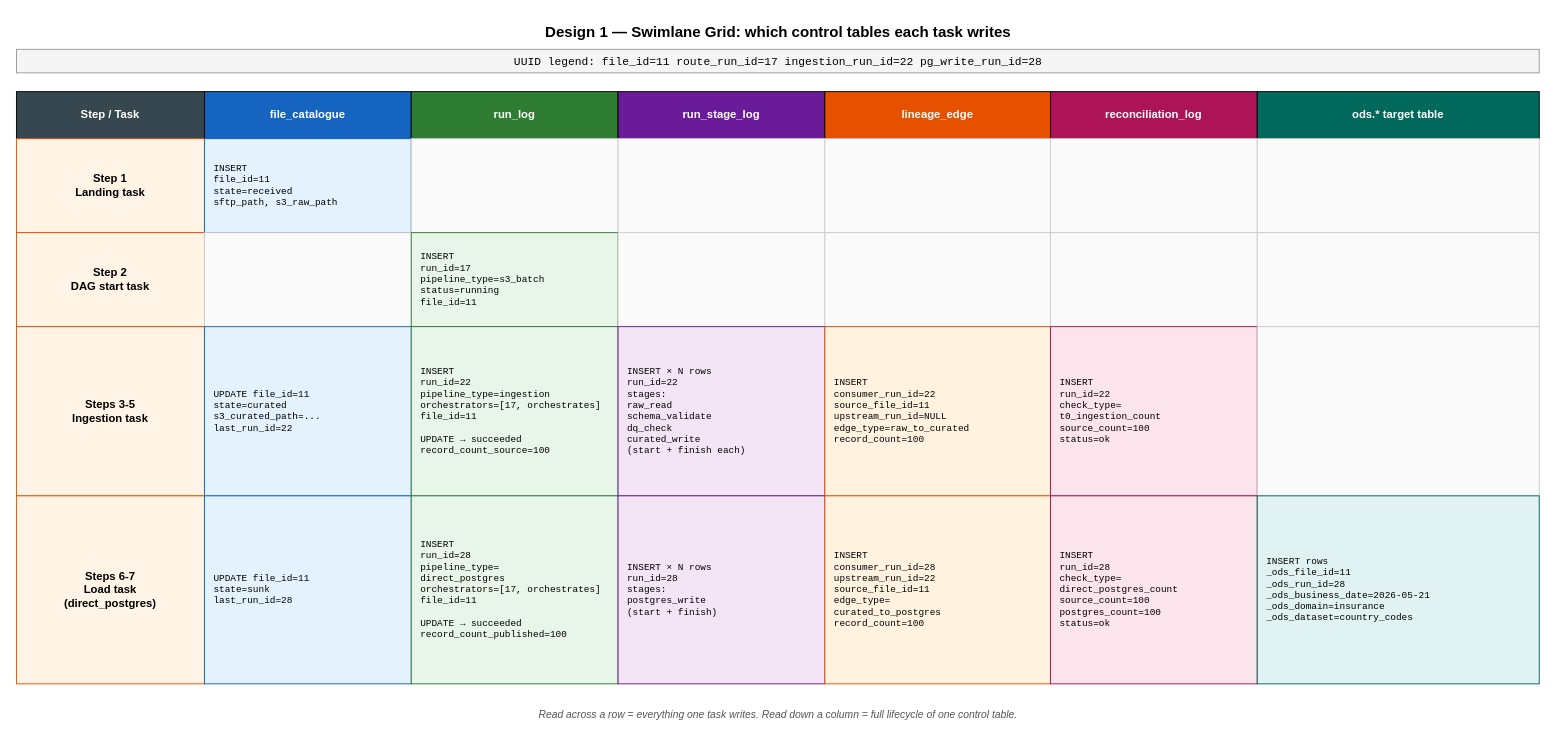
This is docs/dev-guides/control-tables-design1-swimlane.drawio from holdersav20001/ods, a draw.io file, before an edit. Source tidied: cells renumbered, new cells numbered last; positions are measured from the earlier drawing's top-left corner, leaving out a move shared by most shapes. Both pictures are drawn from the tidied source at 94%, with x=0, y=0 at pixel (16, 16).
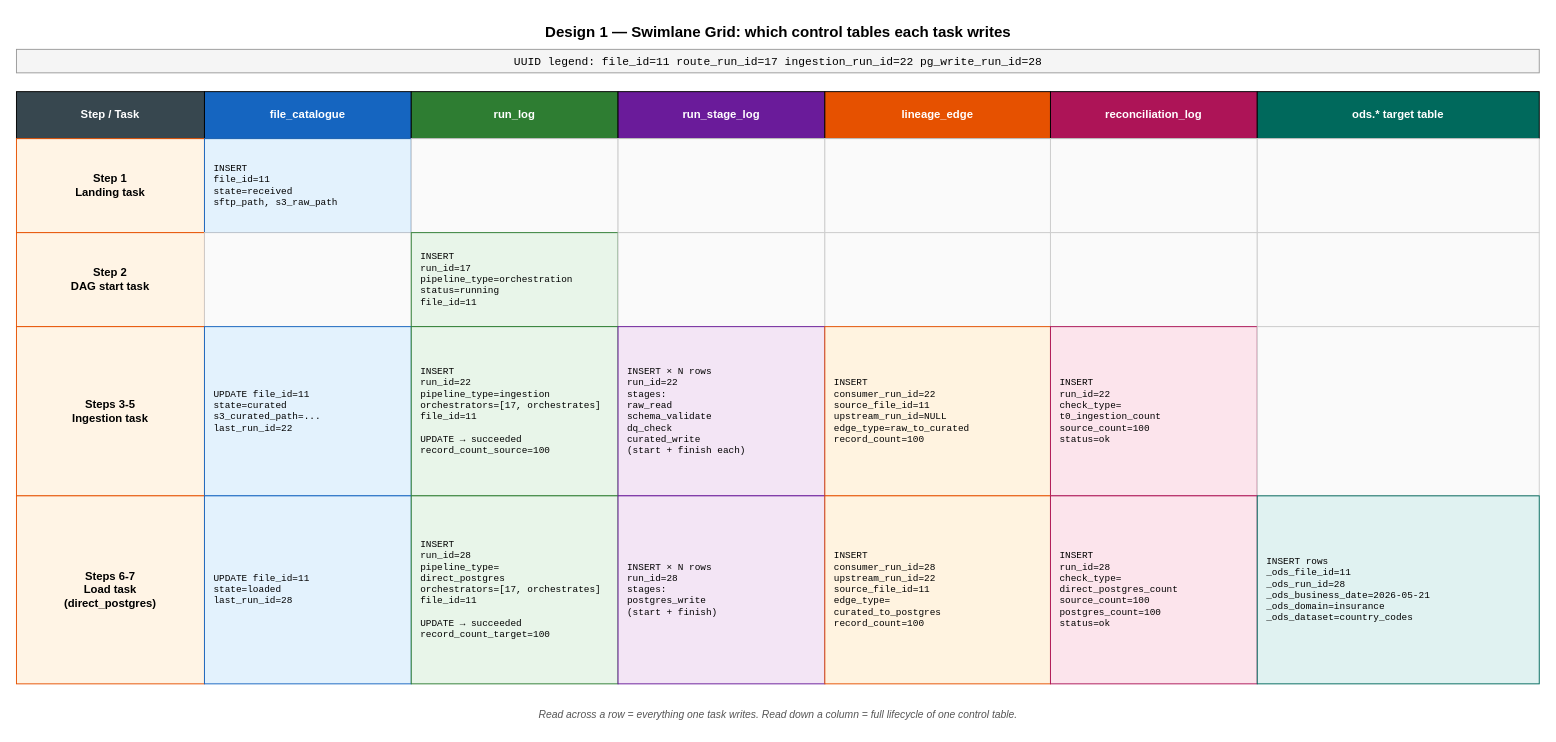
Above is the later version.

Diff of the diagram source:
```diff
@@
-    <mxCell id="20" value="INSERT&#10;run_id=17&#10;pipeline_type=s3_batch&#10;status=running&#10;file_id=11" style="rounded=0;whiteSpace=wrap;html=1;fillColor=#E8F5E9;strokeColor=#2E7D32;align=left;spacingLeft=8;fontFamily=Courier New;fontSize=10;" parent="1" vertex="1">
+    <mxCell id="20" value="INSERT&#10;run_id=17&#10;pipeline_type=orchestration&#10;status=running&#10;file_id=11" style="rounded=0;whiteSpace=wrap;html=1;fillColor=#E8F5E9;strokeColor=#2E7D32;align=left;spacingLeft=8;fontFamily=Courier New;fontSize=10;" parent="1" vertex="1">
       <mxGeometry x="420" y="230" width="220" height="100" as="geometry" />
     </mxCell>
@@
-    <mxCell id="33" value="UPDATE file_id=11&#10;state=sunk&#10;last_run_id=28" style="rounded=0;whiteSpace=wrap;html=1;fillColor=#E3F2FD;strokeColor=#1565C0;align=left;spacingLeft=8;fontFamily=Courier New;fontSize=10;" parent="1" vertex="1">
+    <mxCell id="33" value="UPDATE file_id=11&#10;state=loaded&#10;last_run_id=28" style="rounded=0;whiteSpace=wrap;html=1;fillColor=#E3F2FD;strokeColor=#1565C0;align=left;spacingLeft=8;fontFamily=Courier New;fontSize=10;" parent="1" vertex="1">
       <mxGeometry x="200" y="510" width="220" height="200" as="geometry" />
     </mxCell>
-    <mxCell id="34" value="INSERT&#10;run_id=28&#10;pipeline_type=&#10;  direct_postgres&#10;orchestrators=[17, orchestrates]&#10;file_id=11&#10;&#10;UPDATE → succeeded&#10;record_count_published=100" style="rounded=0;whiteSpace=wrap;html=1;fillColor=#E8F5E9;strokeColor=#2E7D32;align=left;spacingLeft=8;fontFamily=Courier New;fontSize=10;" parent="1" vertex="1">
+    <mxCell id="34" value="INSERT&#10;run_id=28&#10;pipeline_type=&#10;  direct_postgres&#10;orchestrators=[17, orchestrates]&#10;file_id=11&#10;&#10;UPDATE → succeeded&#10;record_count_target=100" style="rounded=0;whiteSpace=wrap;html=1;fillColor=#E8F5E9;strokeColor=#2E7D32;align=left;spacingLeft=8;fontFamily=Courier New;fontSize=10;" parent="1" vertex="1">
       <mxGeometry x="420" y="510" width="220" height="200" as="geometry" />
     </mxCell>
```
